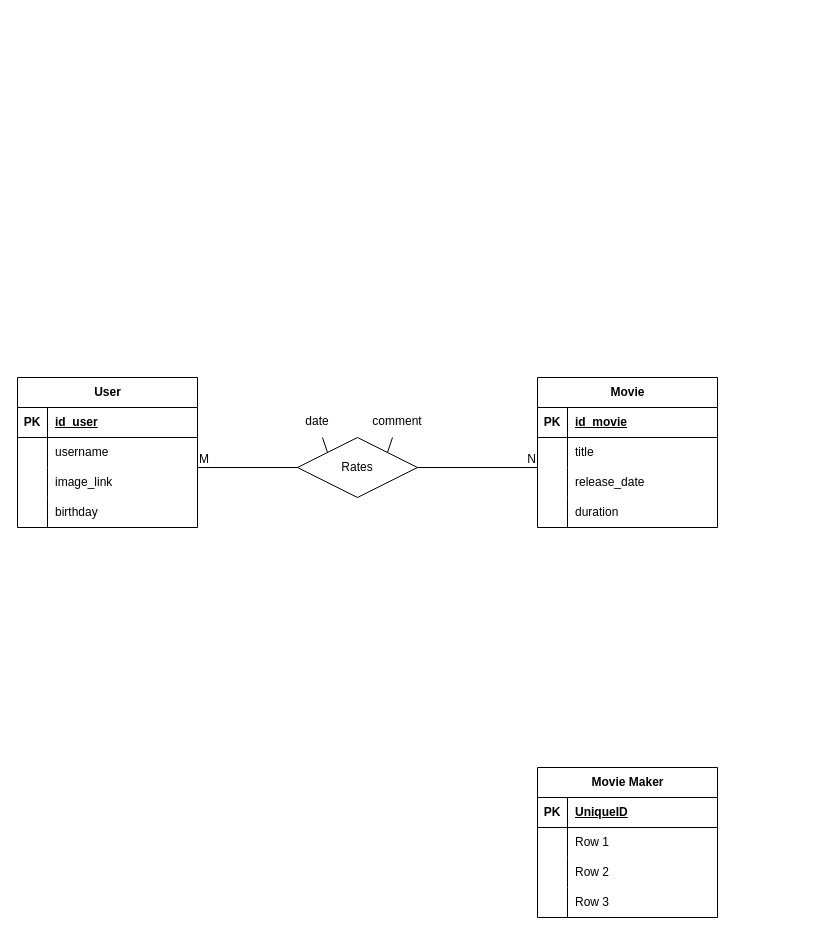
Above: lab01/diagramas/diagramaER.drawio in yaesetti/mc536 (draw.io), before the change. Source tidied: cells renumbered, new cells numbered last; positions are measured from the earlier drawing's top-left corner, leaving out a move shared by most shapes. Both pictures are drawn from the tidied source at 100%, with x=0, y=0 at pixel (17, 377).
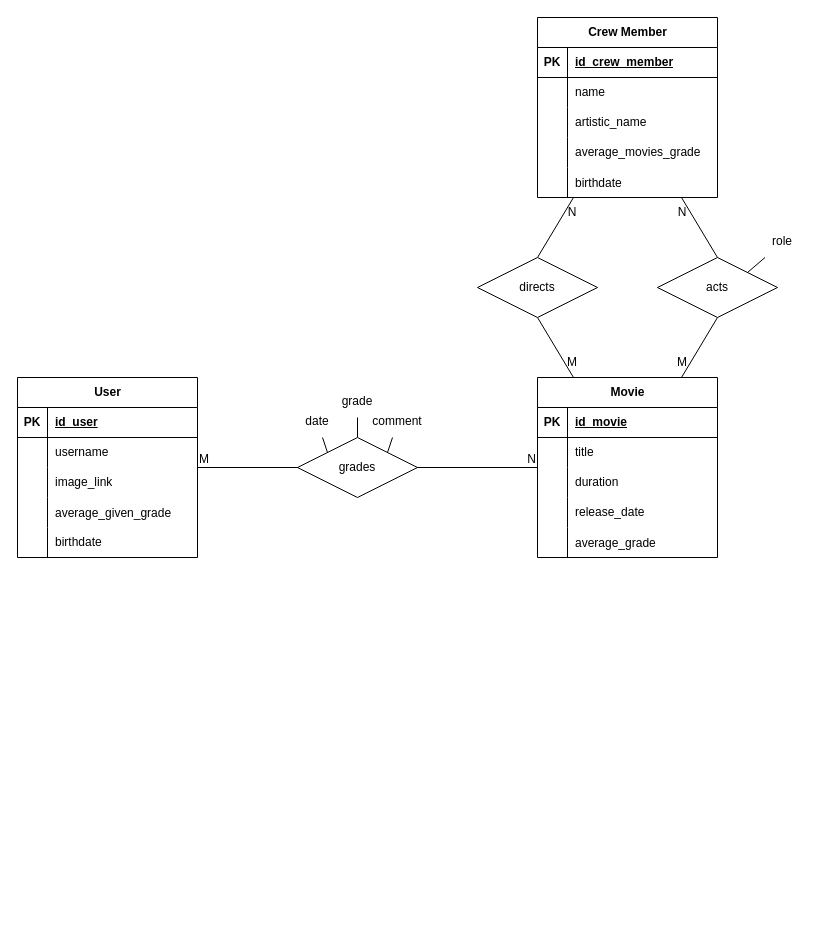
Above is the later version.

Unchanged cells that the change refers to:
```xml
<mxCell id="36" style="shape=tableRow;horizontal=0;startSize=0;swimlaneHead=0;swimlaneBody=0;fillColor=none;top=0;left=0;right=0;bottom=1;" parent="35" vertex="1">
  <mxGeometry y="30" width="180" height="30" as="geometry" />
</mxCell>
```

Diff of the diagram source:
```diff
@@
+    <mxCell id="49" style="rounded=0;jettySize=auto;html=1;exitX=0.5;exitY=0;exitDx=0;exitDy=0;endArrow=none;endFill=0;" parent="1" edge="1" source="7" target="70">
+      <mxGeometry relative="1" as="geometry" />
+    </mxCell>
-    <mxCell id="7" value="Rates" style="shape=rhombus;perimeter=rhombusPerimeter;whiteSpace=wrap;html=1;align=center;" parent="1" vertex="1">
+    <mxCell id="7" value="grades" style="shape=rhombus;perimeter=rhombusPerimeter;whiteSpace=wrap;html=1;align=center;" parent="1" vertex="1">
       <mxGeometry x="280" y="60" width="120" height="60" as="geometry" />
     </mxCell>
     <mxCell id="8" value="User" style="shape=table;startSize=30;childLayout=tableLayout;rowLines=0;fontStyle=1;align=center;html=1;" parent="1" vertex="1">
-      <mxGeometry width="180" height="150" as="geometry" />
+      <mxGeometry width="180" height="180" as="geometry" />
     </mxCell>
@@
+    <mxCell id="50" style="shape=tableRow;horizontal=0;startSize=0;swimlaneHead=0;swimlaneBody=0;fillColor=none;top=0;left=0;right=0;bottom=0;" parent="8" vertex="1">
+      <mxGeometry y="120" width="180" height="30" as="geometry" />
+    </mxCell>
+    <mxCell id="51" style="shape=partialRectangle;fillColor=none;top=0;left=0;bottom=0;right=0;overflow=hidden;" parent="50" vertex="1">
+      <mxGeometry width="30" height="30" as="geometry" />
+    </mxCell>
+    <mxCell id="52" value="average_given_grade" style="shape=partialRectangle;fillColor=none;top=0;left=0;bottom=0;right=0;align=left;spacingLeft=6;overflow=hidden;" parent="50" vertex="1">
+      <mxGeometry x="30" width="150" height="30" as="geometry" />
+    </mxCell>
     <mxCell id="18" style="shape=tableRow;horizontal=0;startSize=0;swimlaneHead=0;swimlaneBody=0;fillColor=none;top=0;left=0;right=0;bottom=0;" parent="8" vertex="1">
-      <mxGeometry y="120" width="180" height="30" as="geometry" />
+      <mxGeometry y="150" width="180" height="30" as="geometry" />
     </mxCell>
@@
-    <mxCell id="20" value="birthday" style="shape=partialRectangle;fillColor=none;top=0;left=0;bottom=0;right=0;align=left;spacingLeft=6;overflow=hidden;whiteSpace=wrap;html=1;" parent="18" vertex="1">
+    <mxCell id="20" value="birthdate" style="shape=partialRectangle;fillColor=none;top=0;left=0;bottom=0;right=0;align=left;spacingLeft=6;overflow=hidden;whiteSpace=wrap;html=1;" parent="18" vertex="1">
       <mxGeometry x="30" width="150" height="30" as="geometry" />
     </mxCell>
     <mxCell id="21" value="Movie" style="shape=table;startSize=30;childLayout=tableLayout;rowLines=0;fontStyle=1;align=center;html=1;" parent="1" vertex="1">
-      <mxGeometry x="520" width="180" height="150" as="geometry" />
+      <mxGeometry x="520" width="180" height="180" as="geometry" />
     </mxCell>
@@
+    <mxCell id="31" style="shape=tableRow;horizontal=0;startSize=0;swimlaneHead=0;swimlaneBody=0;fillColor=none;top=0;left=0;right=0;bottom=0;" parent="21" vertex="1">
+      <mxGeometry y="90" width="180" height="30" as="geometry" />
+    </mxCell>
+    <mxCell id="32" style="shape=partialRectangle;fillColor=none;top=0;left=0;bottom=0;right=0;overflow=hidden;whiteSpace=wrap;html=1;" parent="31" vertex="1">
+      <mxGeometry width="30" height="30" as="geometry" />
+    </mxCell>
+    <mxCell id="33" value="duration" style="shape=partialRectangle;fillColor=none;top=0;left=0;bottom=0;right=0;align=left;spacingLeft=6;overflow=hidden;whiteSpace=wrap;html=1;" parent="31" vertex="1">
+      <mxGeometry x="30" width="150" height="30" as="geometry" />
+    </mxCell>
     <mxCell id="28" style="shape=tableRow;horizontal=0;startSize=0;swimlaneHead=0;swimlaneBody=0;fillColor=none;top=0;left=0;right=0;bottom=0;" parent="21" vertex="1">
-      <mxGeometry y="90" width="180" height="30" as="geometry" />
+      <mxGeometry y="120" width="180" height="30" as="geometry" />
     </mxCell>
@@
-    <mxCell id="31" style="shape=tableRow;horizontal=0;startSize=0;swimlaneHead=0;swimlaneBody=0;fillColor=none;top=0;left=0;right=0;bottom=0;" parent="21" vertex="1">
-      <mxGeometry y="120" width="180" height="30" as="geometry" />
-    </mxCell>
-    <mxCell id="32" style="shape=partialRectangle;fillColor=none;top=0;left=0;bottom=0;right=0;overflow=hidden;whiteSpace=wrap;html=1;" parent="31" vertex="1">
-      <mxGeometry width="30" height="30" as="geometry" />
-    </mxCell>
-    <mxCell id="33" value="duration" style="shape=partialRectangle;fillColor=none;top=0;left=0;bottom=0;right=0;align=left;spacingLeft=6;overflow=hidden;whiteSpace=wrap;html=1;" parent="31" vertex="1">
-      <mxGeometry x="30" width="150" height="30" as="geometry" />
-    </mxCell>
+    <mxCell id="53" style="shape=tableRow;horizontal=0;startSize=0;swimlaneHead=0;swimlaneBody=0;fillColor=none;top=0;left=0;right=0;bottom=0;" parent="21" vertex="1">
+      <mxGeometry y="150" width="180" height="30" as="geometry" />
+    </mxCell>
+    <mxCell id="54" style="shape=partialRectangle;fillColor=none;top=0;left=0;bottom=0;right=0;overflow=hidden;" parent="53" vertex="1">
+      <mxGeometry width="30" height="30" as="geometry" />
+    </mxCell>
+    <mxCell id="55" value="average_grade" style="shape=partialRectangle;fillColor=none;top=0;left=0;bottom=0;right=0;align=left;spacingLeft=6;overflow=hidden;" parent="53" vertex="1">
+      <mxGeometry x="30" width="150" height="30" as="geometry" />
+    </mxCell>
@@
-    <mxCell id="35" value="Movie Maker" style="shape=table;startSize=30;childLayout=tableLayout;rowLines=0;fontStyle=1;align=center;html=1;" parent="1" vertex="1">
-      <mxGeometry x="520" y="390" width="180" height="150" as="geometry" />
+    <mxCell id="35" value="Crew Member" style="shape=table;startSize=30;childLayout=tableLayout;rowLines=0;fontStyle=1;align=center;html=1;" parent="1" vertex="1">
+      <mxGeometry x="520" y="-360" width="180" height="180" as="geometry" />
     </mxCell>
@@
-    <mxCell id="38" value="UniqueID" style="shape=partialRectangle;fillColor=none;top=0;left=0;bottom=0;right=0;align=left;spacingLeft=6;fontStyle=5;overflow=hidden;whiteSpace=wrap;html=1;" parent="36" vertex="1">
+    <mxCell id="38" value="id_crew_member" style="shape=partialRectangle;fillColor=none;top=0;left=0;bottom=0;right=0;align=left;spacingLeft=6;fontStyle=5;overflow=hidden;whiteSpace=wrap;html=1;" parent="36" vertex="1">
       <mxGeometry x="30" width="150" height="30" as="geometry" />
     </mxCell>
-    <mxCell id="39" style="shape=tableRow;horizontal=0;startSize=0;swimlaneHead=0;swimlaneBody=0;fillColor=none;top=0;left=0;right=0;bottom=0;" parent="35" vertex="1">
-      <mxGeometry y="60" width="180" height="30" as="geometry" />
-    </mxCell>
-    <mxCell id="40" style="shape=partialRectangle;fillColor=none;top=0;left=0;bottom=0;right=0;overflow=hidden;whiteSpace=wrap;html=1;" parent="39" vertex="1">
-      <mxGeometry width="30" height="30" as="geometry" />
-    </mxCell>
-    <mxCell id="41" value="Row 1" style="shape=partialRectangle;fillColor=none;top=0;left=0;bottom=0;right=0;align=left;spacingLeft=6;overflow=hidden;whiteSpace=wrap;html=1;" parent="39" vertex="1">
-      <mxGeometry x="30" width="150" height="30" as="geometry" />
-    </mxCell>
     <mxCell id="42" style="shape=tableRow;horizontal=0;startSize=0;swimlaneHead=0;swimlaneBody=0;fillColor=none;top=0;left=0;right=0;bottom=0;" parent="35" vertex="1">
-      <mxGeometry y="90" width="180" height="30" as="geometry" />
+      <mxGeometry y="60" width="180" height="30" as="geometry" />
     </mxCell>
@@
-    <mxCell id="44" value="Row 2" style="shape=partialRectangle;fillColor=none;top=0;left=0;bottom=0;right=0;align=left;spacingLeft=6;overflow=hidden;whiteSpace=wrap;html=1;" parent="42" vertex="1">
+    <mxCell id="44" value="name" style="shape=partialRectangle;fillColor=none;top=0;left=0;bottom=0;right=0;align=left;spacingLeft=6;overflow=hidden;whiteSpace=wrap;html=1;" parent="42" vertex="1">
       <mxGeometry x="30" width="150" height="30" as="geometry" />
     </mxCell>
     <mxCell id="45" style="shape=tableRow;horizontal=0;startSize=0;swimlaneHead=0;swimlaneBody=0;fillColor=none;top=0;left=0;right=0;bottom=0;" parent="35" vertex="1">
-      <mxGeometry y="120" width="180" height="30" as="geometry" />
+      <mxGeometry y="90" width="180" height="30" as="geometry" />
     </mxCell>
@@
-    <mxCell id="47" value="Row 3" style="shape=partialRectangle;fillColor=none;top=0;left=0;bottom=0;right=0;align=left;spacingLeft=6;overflow=hidden;whiteSpace=wrap;html=1;" parent="45" vertex="1">
+    <mxCell id="47" value="artistic_name" style="shape=partialRectangle;fillColor=none;top=0;left=0;bottom=0;right=0;align=left;spacingLeft=6;overflow=hidden;whiteSpace=wrap;html=1;" parent="45" vertex="1">
       <mxGeometry x="30" width="150" height="30" as="geometry" />
     </mxCell>
+    <mxCell id="39" style="shape=tableRow;horizontal=0;startSize=0;swimlaneHead=0;swimlaneBody=0;fillColor=none;top=0;left=0;right=0;bottom=0;" parent="35" vertex="1">
+      <mxGeometry y="120" width="180" height="30" as="geometry" />
+    </mxCell>
+    <mxCell id="40" style="shape=partialRectangle;fillColor=none;top=0;left=0;bottom=0;right=0;overflow=hidden;whiteSpace=wrap;html=1;" parent="39" vertex="1">
+      <mxGeometry width="30" height="30" as="geometry" />
+    </mxCell>
+    <mxCell id="41" value="average_movies_grade" style="shape=partialRectangle;fillColor=none;top=0;left=0;bottom=0;right=0;align=left;spacingLeft=6;overflow=hidden;whiteSpace=wrap;html=1;" parent="39" vertex="1">
+      <mxGeometry x="30" width="150" height="30" as="geometry" />
+    </mxCell>
+    <mxCell id="56" style="shape=tableRow;horizontal=0;startSize=0;swimlaneHead=0;swimlaneBody=0;fillColor=none;top=0;left=0;right=0;bottom=0;" parent="35" vertex="1">
+      <mxGeometry y="150" width="180" height="30" as="geometry" />
+    </mxCell>
+    <mxCell id="57" style="shape=partialRectangle;fillColor=none;top=0;left=0;bottom=0;right=0;overflow=hidden;" parent="56" vertex="1">
+      <mxGeometry width="30" height="30" as="geometry" />
+    </mxCell>
+    <mxCell id="58" value="birthdate" style="shape=partialRectangle;fillColor=none;top=0;left=0;bottom=0;right=0;align=left;spacingLeft=6;overflow=hidden;" parent="56" vertex="1">
+      <mxGeometry x="30" width="150" height="30" as="geometry" />
+    </mxCell>
@@
+    <mxCell id="59" style="rounded=0;jettySize=auto;html=1;exitX=0.5;exitY=0;exitDx=0;exitDy=0;endArrow=none;endFill=0;" parent="1" edge="1" source="61" target="35">
+      <mxGeometry relative="1" as="geometry" />
+    </mxCell>
+    <mxCell id="60" style="rounded=0;jettySize=auto;html=1;exitX=0.5;exitY=1;exitDx=0;exitDy=0;endArrow=none;endFill=0;" parent="1" edge="1" source="61" target="21">
+      <mxGeometry relative="1" as="geometry" />
+    </mxCell>
+    <mxCell id="61" value="directs" style="shape=rhombus;perimeter=rhombusPerimeter;whiteSpace=wrap;html=1;align=center;" parent="1" vertex="1">
+      <mxGeometry x="460" y="-120" width="120" height="60" as="geometry" />
+    </mxCell>
+    <mxCell id="62" style="rounded=0;jettySize=auto;html=1;exitX=0.5;exitY=0;exitDx=0;exitDy=0;endArrow=none;endFill=0;" parent="1" edge="1" source="65" target="35">
+      <mxGeometry relative="1" as="geometry" />
+    </mxCell>
+    <mxCell id="63" style="rounded=0;jettySize=auto;html=1;exitX=0.5;exitY=1;exitDx=0;exitDy=0;endArrow=none;endFill=0;" parent="1" edge="1" source="65" target="21">
+      <mxGeometry relative="1" as="geometry" />
+    </mxCell>
+    <mxCell id="64" style="rounded=0;jettySize=auto;html=1;exitX=1;exitY=0;exitDx=0;exitDy=0;endArrow=none;endFill=0;" parent="1" edge="1" source="65" target="71">
+      <mxGeometry relative="1" as="geometry" />
+    </mxCell>
+    <mxCell id="65" value="acts" style="shape=rhombus;perimeter=rhombusPerimeter;whiteSpace=wrap;html=1;align=center;" parent="1" vertex="1">
+      <mxGeometry x="640" y="-120" width="120" height="60" as="geometry" />
+    </mxCell>
+    <mxCell id="66" value="N" style="text;html=1;whiteSpace=wrap;strokeColor=none;fillColor=none;align=center;verticalAlign=middle;rounded=0;" parent="1" vertex="1">
+      <mxGeometry x="540" y="-180" width="30" height="30" as="geometry" />
+    </mxCell>
+    <mxCell id="67" value="N" style="text;html=1;whiteSpace=wrap;strokeColor=none;fillColor=none;align=center;verticalAlign=middle;rounded=0;" parent="1" vertex="1">
+      <mxGeometry x="650" y="-180" width="30" height="30" as="geometry" />
+    </mxCell>
+    <mxCell id="68" value="M" style="text;html=1;whiteSpace=wrap;strokeColor=none;fillColor=none;align=center;verticalAlign=middle;rounded=0;" parent="1" vertex="1">
+      <mxGeometry x="540" y="-30" width="30" height="30" as="geometry" />
+    </mxCell>
+    <mxCell id="69" value="M" style="text;html=1;whiteSpace=wrap;strokeColor=none;fillColor=none;align=center;verticalAlign=middle;rounded=0;" parent="1" vertex="1">
+      <mxGeometry x="650" y="-30" width="30" height="30" as="geometry" />
+    </mxCell>
+    <mxCell id="70" value="grade" style="text;strokeColor=none;fillColor=none;spacingLeft=4;spacingRight=4;overflow=hidden;points=[[0,0.5],[1,0.5]];portConstraint=eastwest;fontSize=12;whiteSpace=wrap;html=1;align=center;" parent="1" vertex="1">
+      <mxGeometry x="300" y="10" width="80" height="30" as="geometry" />
+    </mxCell>
+    <mxCell id="71" value="role" style="text;strokeColor=none;fillColor=none;spacingLeft=4;spacingRight=4;overflow=hidden;points=[[0,0.5],[1,0.5]];portConstraint=eastwest;fontSize=12;whiteSpace=wrap;html=1;align=center;" parent="1" vertex="1">
+      <mxGeometry x="740" y="-150" width="50" height="30" as="geometry" />
+    </mxCell>
```
